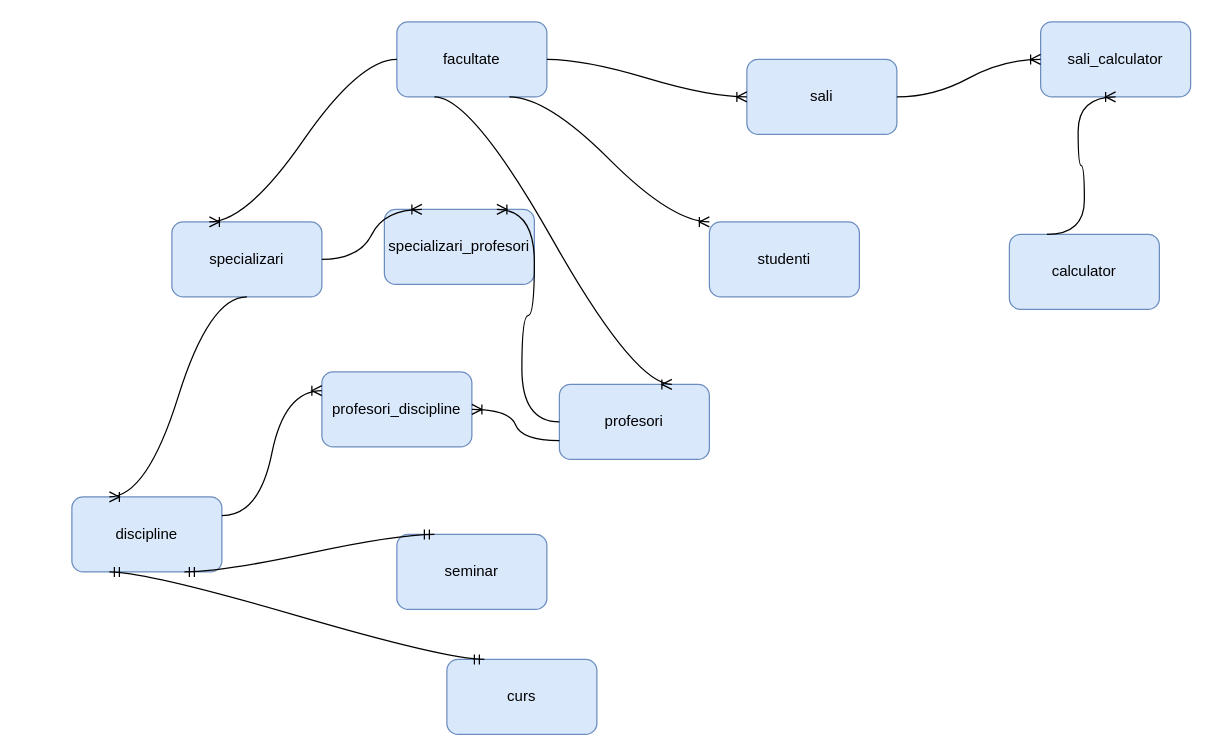
andreea-agrisan/modelare_db keeps this draw.io diagram as second_diagrama.drawio. Above is the earlier version. Source tidied: cells renumbered, new cells numbered last; positions are measured from the earlier drawing's top-left corner, leaving out a move shared by most shapes. Both pictures are drawn from the tidied source at 125%, with x=0, y=0 at pixel (71, 21).
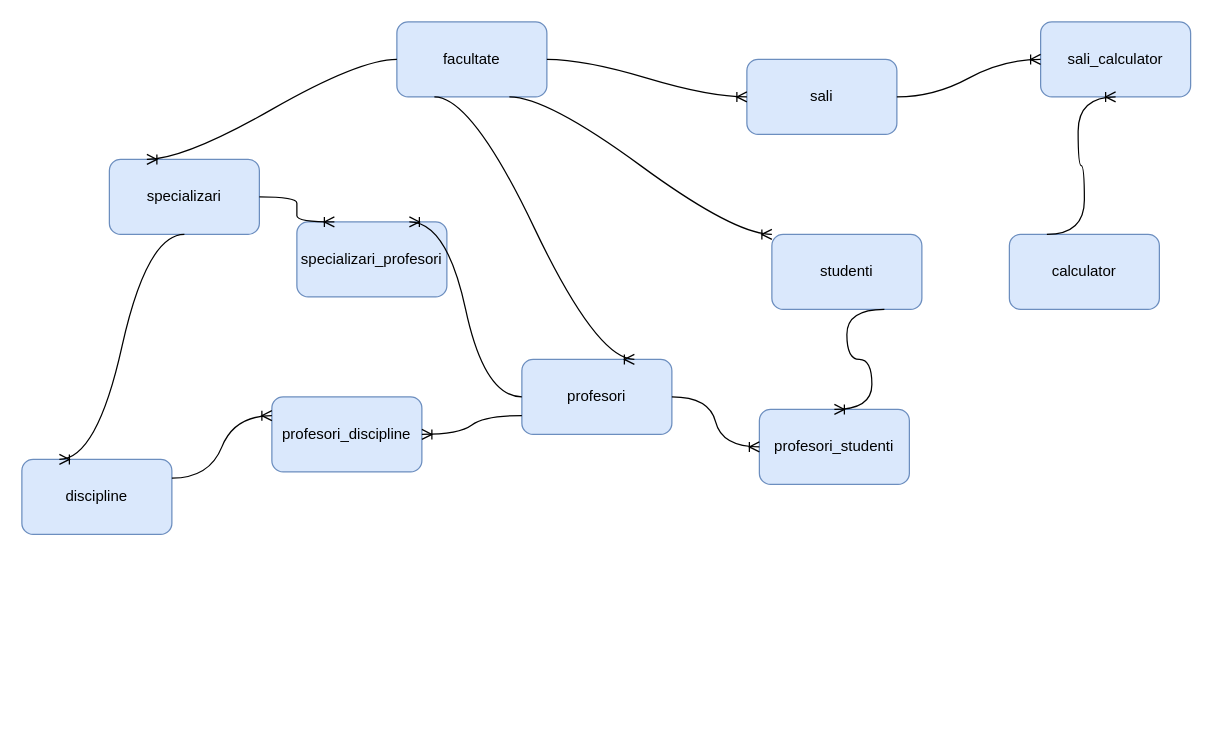
The same diagram, later.

Diff of the diagram source:
```diff
@@
     <mxCell id="3" value="studenti" style="rounded=1;whiteSpace=wrap;html=1;fillColor=#dae8fc;strokeColor=#6c8ebf;" parent="1" vertex="1">
-      <mxGeometry x="510" y="160" width="120" height="60" as="geometry" />
+      <mxGeometry x="560" y="170" width="120" height="60" as="geometry" />
     </mxCell>
     <mxCell id="4" value="profesori" style="rounded=1;whiteSpace=wrap;html=1;fillColor=#dae8fc;strokeColor=#6c8ebf;" parent="1" vertex="1">
-      <mxGeometry x="390" y="290" width="120" height="60" as="geometry" />
+      <mxGeometry x="360" y="270" width="120" height="60" as="geometry" />
     </mxCell>
@@
     <mxCell id="6" value="discipline" style="rounded=1;whiteSpace=wrap;html=1;fillColor=#dae8fc;strokeColor=#6c8ebf;" parent="1" vertex="1">
-      <mxGeometry y="380" width="120" height="60" as="geometry" />
+      <mxGeometry x="-40" y="350" width="120" height="60" as="geometry" />
     </mxCell>
-    <mxCell id="7" value="curs" style="rounded=1;whiteSpace=wrap;html=1;fillColor=#dae8fc;strokeColor=#6c8ebf;" parent="1" vertex="1">
-      <mxGeometry x="300" y="510" width="120" height="60" as="geometry" />
-    </mxCell>
-    <mxCell id="8" value="seminar" style="rounded=1;whiteSpace=wrap;html=1;fillColor=#dae8fc;strokeColor=#6c8ebf;" parent="1" vertex="1">
-      <mxGeometry x="260" y="410" width="120" height="60" as="geometry" />
-    </mxCell>
@@
     <mxCell id="10" value="specializari" style="rounded=1;whiteSpace=wrap;html=1;fillColor=#dae8fc;strokeColor=#6c8ebf;" parent="1" vertex="1">
-      <mxGeometry x="80" y="160" width="120" height="60" as="geometry" />
+      <mxGeometry x="30" y="110" width="120" height="60" as="geometry" />
     </mxCell>
@@
-    <mxCell id="18" style="edgeStyle=entityRelationEdgeStyle;fontSize=12;html=1;endArrow=ERmandOne;startArrow=ERmandOne;entryX=0.25;entryY=1;entryDx=0;entryDy=0;exitX=0.25;exitY=0;exitDx=0;exitDy=0;curved=1;" parent="1" edge="1" source="7" target="6">
-      <mxGeometry relative="1" as="geometry" />
-    </mxCell>
-    <mxCell id="19" style="edgeStyle=entityRelationEdgeStyle;fontSize=12;html=1;endArrow=ERmandOne;startArrow=ERmandOne;exitX=0.75;exitY=1;exitDx=0;exitDy=0;entryX=0.25;entryY=0;entryDx=0;entryDy=0;curved=1;" parent="1" edge="1" source="6" target="8">
-      <mxGeometry relative="1" as="geometry" />
-    </mxCell>
@@
     <mxCell id="21" value="specializari_profesori" style="rounded=1;whiteSpace=wrap;html=1;fillColor=#dae8fc;strokeColor=#6c8ebf;" parent="1" vertex="1">
-      <mxGeometry x="250" y="150" width="120" height="60" as="geometry" />
+      <mxGeometry x="180" y="160" width="120" height="60" as="geometry" />
     </mxCell>
@@
     <mxCell id="24" value="profesori_discipline" style="rounded=1;whiteSpace=wrap;html=1;fillColor=#dae8fc;strokeColor=#6c8ebf;" parent="1" vertex="1">
-      <mxGeometry x="200" y="280" width="120" height="60" as="geometry" />
+      <mxGeometry x="160" y="300" width="120" height="60" as="geometry" />
     </mxCell>
@@
+    <mxCell id="27" value="profesori_studenti" style="rounded=1;whiteSpace=wrap;html=1;fillColor=#dae8fc;strokeColor=#6c8ebf;" parent="1" vertex="1">
+      <mxGeometry x="550" y="310" width="120" height="60" as="geometry" />
+    </mxCell>
+    <mxCell id="28" style="edgeStyle=entityRelationEdgeStyle;fontSize=12;html=1;endArrow=ERoneToMany;exitX=1;exitY=0.5;exitDx=0;exitDy=0;entryX=0;entryY=0.5;entryDx=0;entryDy=0;curved=1;" parent="1" edge="1" source="4" target="27">
+      <mxGeometry relative="1" as="geometry" />
+    </mxCell>
+    <mxCell id="29" style="edgeStyle=entityRelationEdgeStyle;fontSize=12;html=1;endArrow=ERoneToMany;exitX=0.75;exitY=1;exitDx=0;exitDy=0;entryX=0.5;entryY=0;entryDx=0;entryDy=0;curved=1;" parent="1" edge="1" source="3" target="27">
+      <mxGeometry relative="1" as="geometry" />
+    </mxCell>
```
